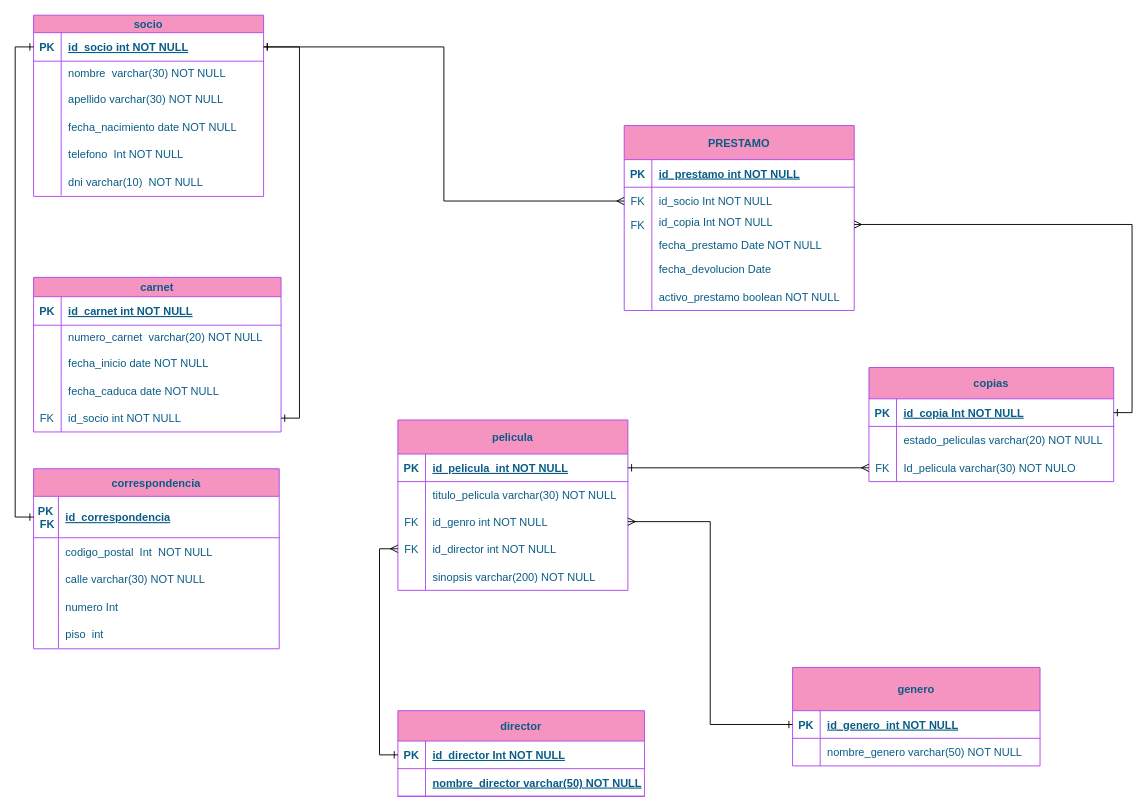
This is Diagrama.draw.io.drawio from jonatahan-en/practica-sql, a draw.io file, before an edit. Source tidied: cells renumbered, new cells numbered last; positions are measured from the earlier drawing's top-left corner, leaving out a move shared by most shapes. Both pictures are drawn from the tidied source at 92%, with x=0, y=0 at pixel (33, 15).
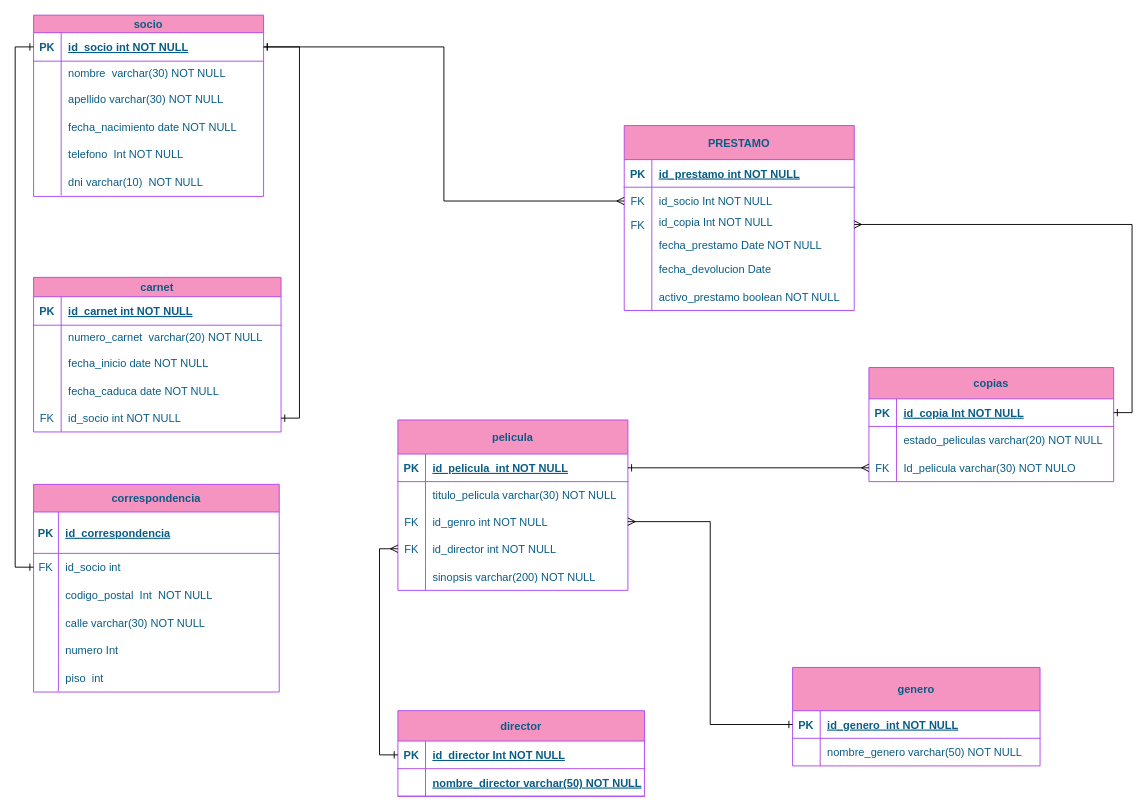
The same diagram, later.

Commit message:
refactorización diagrama

Unchanged cells that the change refers to:
```xml
<mxCell id="3" style="shape=partialRectangle;fillColor=none;points=[[0,0.5],[1,0.5]];portConstraint=eastwest;top=0;left=0;right=0;bottom=1;labelBackgroundColor=none;strokeColor=#AF45ED;fontColor=#095C86;" parent="2" vertex="1">
  <mxGeometry y="19" width="250" height="31" as="geometry" />
</mxCell>
<mxCell id="22" style="shape=partialRectangle;fillColor=none;points=[[0,0.5],[1,0.5]];portConstraint=eastwest;top=0;left=0;right=0;bottom=1;labelBackgroundColor=none;strokeColor=#AF45ED;fontColor=#095C86;" parent="21" vertex="1">
  <mxGeometry y="30" width="267" height="45" as="geometry" />
</mxCell>
```

The edit, as a diff of the source:
```diff
@@
     <mxCell id="21" value="correspondencia" style="shape=table;startSize=30;childLayout=tableLayout;rowLines=0;fontStyle=1;align=center;fillColor=#F694C1;strokeColor=#AF45ED;labelBackgroundColor=none;fontColor=#095C86;" parent="1" vertex="1">
-      <mxGeometry y="493" width="267" height="195.7" as="geometry" />
+      <mxGeometry y="510" width="267" height="225.7" as="geometry" />
     </mxCell>
@@
-    <mxCell id="23" value="PK&#10; FK" style="shape=partialRectangle;overflow=hidden;fillColor=none;top=0;left=0;bottom=0;right=0;fontStyle=1;labelBackgroundColor=none;strokeColor=#AF45ED;fontColor=#095C86;" parent="22" vertex="1">
+    <mxCell id="23" value="PK" style="shape=partialRectangle;overflow=hidden;fillColor=none;top=0;left=0;bottom=0;right=0;fontStyle=1;labelBackgroundColor=none;strokeColor=#AF45ED;fontColor=#095C86;" parent="22" vertex="1">
       <mxGeometry width="27" height="45" as="geometry" />
     </mxCell>
@@
+    <mxCell id="119" style="shape=partialRectangle;fillColor=none;points=[[0,0.5],[1,0.5]];portConstraint=eastwest;top=0;left=0;right=0;bottom=0;labelBackgroundColor=none;strokeColor=#AF45ED;fontColor=#095C86;" parent="21" vertex="1">
+      <mxGeometry y="75" width="267" height="30" as="geometry" />
+    </mxCell>
+    <mxCell id="120" value="FK" style="shape=partialRectangle;overflow=hidden;fillColor=none;top=0;left=0;bottom=0;right=0;labelBackgroundColor=none;strokeColor=#AF45ED;fontColor=#095C86;" parent="119" vertex="1">
+      <mxGeometry width="27" height="30" as="geometry" />
+    </mxCell>
+    <mxCell id="121" value="id_socio int" style="shape=partialRectangle;overflow=hidden;fillColor=none;top=0;left=0;bottom=0;right=0;align=left;spacingLeft=6;labelBackgroundColor=none;strokeColor=#AF45ED;fontColor=#095C86;" parent="119" vertex="1">
+      <mxGeometry x="27" width="240" height="30" as="geometry" />
+    </mxCell>
     <mxCell id="25" style="shape=partialRectangle;fillColor=none;top=0;left=0;right=0;bottom=0;labelBackgroundColor=none;strokeColor=#AF45ED;fontColor=#095C86;" parent="21" vertex="1">
-      <mxGeometry y="75" width="267" height="30" as="geometry" />
+      <mxGeometry y="105" width="267" height="30" as="geometry" />
     </mxCell>
@@
     <mxCell id="28" style="shape=partialRectangle;fillColor=none;top=0;left=0;right=0;bottom=0;labelBackgroundColor=none;strokeColor=#AF45ED;fontColor=#095C86;" parent="21" vertex="1">
-      <mxGeometry y="105" width="267" height="30" as="geometry" />
+      <mxGeometry y="135" width="267" height="30" as="geometry" />
     </mxCell>
@@
     <mxCell id="31" style="shape=partialRectangle;fillColor=none;top=0;left=0;right=0;bottom=0;labelBackgroundColor=none;strokeColor=#AF45ED;fontColor=#095C86;" parent="21" vertex="1">
-      <mxGeometry y="135" width="267" height="30" as="geometry" />
+      <mxGeometry y="165" width="267" height="30" as="geometry" />
     </mxCell>
@@
     <mxCell id="34" style="shape=partialRectangle;fillColor=none;top=0;left=0;right=0;bottom=0;labelBackgroundColor=none;strokeColor=#AF45ED;fontColor=#095C86;" parent="21" vertex="1">
-      <mxGeometry y="165" width="267" height="30" as="geometry" />
+      <mxGeometry y="195" width="267" height="30" as="geometry" />
     </mxCell>
@@
-    <mxCell id="70" style="edgeStyle=orthogonalEdgeStyle;rounded=0;jettySize=auto;html=1;exitX=0;exitY=0.5;exitDx=0;exitDy=0;entryX=0;entryY=0.5;entryDx=0;entryDy=0;startArrow=ERone;startFill=0;endArrow=ERone;endFill=0;" parent="1" edge="1" source="3" target="22">
-      <mxGeometry relative="1" as="geometry" />
-    </mxCell>
@@
+    <mxCell id="122" style="edgeStyle=orthogonalEdgeStyle;rounded=0;jettySize=auto;html=1;exitX=0;exitY=0.5;exitDx=0;exitDy=0;entryX=0;entryY=0.5;entryDx=0;entryDy=0;startArrow=ERone;startFill=0;endArrow=ERone;endFill=0;" parent="1" edge="1" source="3" target="119">
+      <mxGeometry relative="1" as="geometry" />
+    </mxCell>
```
